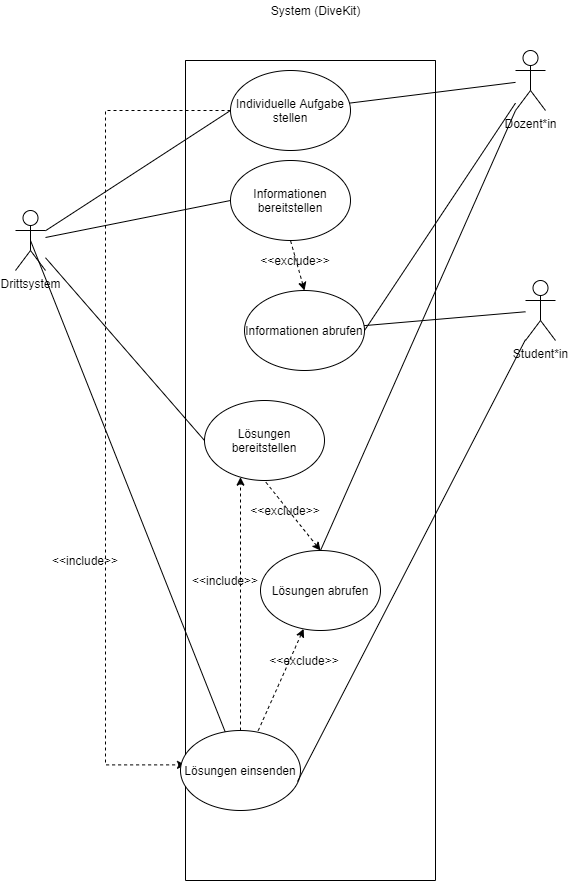
Before: _useCaseDiagrams/diagrams/usecaseAPI.png, a diagram exported from draw.io (divekit/divekit-roadmap). Source tidied: cells renumbered, new cells last; positions are measured from the earlier drawing's top-left corner, leaving out a move shared by most shapes. Source of this version:
```xml
<mxGraphModel>
  <root>
    <mxCell id="0" />
    <mxCell id="1" parent="0" />
    <mxCell id="2" style="swimlane;startSize=0;" parent="1" vertex="1">
      <mxGeometry x="170" y="60" width="250" height="820" as="geometry" />
    </mxCell>
    <mxCell id="3" style="edgeStyle=orthogonalEdgeStyle;rounded=0;jettySize=auto;html=1;exitX=0;exitY=0.5;exitDx=0;exitDy=0;entryX=0;entryY=0.859;entryDx=0;entryDy=0;entryPerimeter=0;dashed=1;" parent="2" edge="1" source="4" target="2">
      <mxGeometry relative="1" as="geometry">
        <Array as="points">
          <mxPoint x="-80" y="50" />
          <mxPoint x="-80" y="704" />
        </Array>
      </mxGeometry>
    </mxCell>
    <mxCell id="4" value="Individuelle Aufgabe stellen" style="ellipse;whiteSpace=wrap;html=1;" parent="2" vertex="1">
      <mxGeometry x="45" y="10" width="120" height="80" as="geometry" />
    </mxCell>
    <mxCell id="5" style="edgeStyle=orthogonalEdgeStyle;rounded=0;jettySize=auto;html=1;exitX=0.5;exitY=0;exitDx=0;exitDy=0;dashed=1;" parent="2" edge="1" source="6" target="10">
      <mxGeometry relative="1" as="geometry">
        <Array as="points">
          <mxPoint x="55" y="480" />
          <mxPoint x="55" y="480" />
        </Array>
      </mxGeometry>
    </mxCell>
    <mxCell id="6" value="Lösungen einsenden" style="ellipse;whiteSpace=wrap;html=1;" parent="2" vertex="1">
      <mxGeometry x="-5" y="670" width="120" height="80" as="geometry" />
    </mxCell>
    <mxCell id="7" style="edgeStyle=none;rounded=0;jettySize=auto;html=1;endArrow=none;endFill=0;dashed=1;startArrow=classic;startFill=1;" parent="2" edge="1" source="8" target="6">
      <mxGeometry relative="1" as="geometry" />
    </mxCell>
    <mxCell id="8" value="Lösungen abrufen" style="ellipse;whiteSpace=wrap;html=1;" parent="2" vertex="1">
      <mxGeometry x="75" y="490" width="120" height="80" as="geometry" />
    </mxCell>
    <mxCell id="9" value="Informationen bereitstellen" style="ellipse;whiteSpace=wrap;html=1;" parent="2" vertex="1">
      <mxGeometry x="45" y="100" width="120" height="80" as="geometry" />
    </mxCell>
    <mxCell id="10" value="Lösungen bereitstellen" style="ellipse;whiteSpace=wrap;html=1;" parent="2" vertex="1">
      <mxGeometry x="19" y="340" width="120" height="80" as="geometry" />
    </mxCell>
    <mxCell id="11" style="edgeStyle=none;rounded=0;jettySize=auto;html=1;endArrow=none;endFill=0;dashed=1;startArrow=classic;startFill=1;entryX=0.5;entryY=1;entryDx=0;entryDy=0;exitX=0.5;exitY=0;exitDx=0;exitDy=0;" parent="2" edge="1" source="8" target="10">
      <mxGeometry relative="1" as="geometry" />
    </mxCell>
    <mxCell id="12" value="Informationen abrufen" style="ellipse;whiteSpace=wrap;html=1;" parent="2" vertex="1">
      <mxGeometry x="59" y="230" width="120" height="80" as="geometry" />
    </mxCell>
    <mxCell id="13" value="&amp;lt;&amp;lt;exclude&amp;gt;&amp;gt;" style="text;html=1;strokeColor=none;fillColor=none;align=center;verticalAlign=middle;whiteSpace=wrap;rounded=0;" parent="2" vertex="1">
      <mxGeometry x="90" y="190" width="40" height="20" as="geometry" />
    </mxCell>
    <mxCell id="14" value="&amp;lt;&amp;lt;exclude&amp;gt;&amp;gt;" style="text;html=1;strokeColor=none;fillColor=none;align=center;verticalAlign=middle;whiteSpace=wrap;rounded=0;" parent="2" vertex="1">
      <mxGeometry x="99" y="590" width="40" height="20" as="geometry" />
    </mxCell>
    <mxCell id="15" style="edgeStyle=none;rounded=0;jettySize=auto;html=1;endArrow=none;endFill=0;dashed=1;startArrow=classic;startFill=1;entryX=0.5;entryY=1;entryDx=0;entryDy=0;exitX=0.5;exitY=0;exitDx=0;exitDy=0;" parent="2" edge="1" source="12" target="9">
      <mxGeometry relative="1" as="geometry" />
    </mxCell>
    <mxCell id="16" value="System (DiveKit)" style="text;html=1;align=center;verticalAlign=middle;strokeColor=none;" parent="1" vertex="1">
      <mxGeometry x="250" width="100" height="20" as="geometry" />
    </mxCell>
    <mxCell id="17" style="edgeStyle=none;rounded=0;jettySize=auto;html=1;entryX=0.975;entryY=0.638;entryDx=0;entryDy=0;entryPerimeter=0;endArrow=none;endFill=0;" parent="1" edge="1" source="18" target="6">
      <mxGeometry relative="1" as="geometry" />
    </mxCell>
    <mxCell id="18" value="Student*in" style="shape=umlActor;verticalLabelPosition=bottom;verticalAlign=top;html=1;outlineConnect=0;" parent="1" vertex="1">
      <mxGeometry x="510" y="280" width="30" height="60" as="geometry" />
    </mxCell>
    <mxCell id="19" style="edgeStyle=none;rounded=0;jettySize=auto;html=1;entryX=0;entryY=0.5;entryDx=0;entryDy=0;startArrow=none;startFill=0;endArrow=none;endFill=0;" parent="1" edge="1" source="22" target="9">
      <mxGeometry relative="1" as="geometry" />
    </mxCell>
    <mxCell id="20" style="edgeStyle=none;rounded=0;jettySize=auto;html=1;entryX=0;entryY=0.5;entryDx=0;entryDy=0;startArrow=none;startFill=0;endArrow=none;endFill=0;" parent="1" edge="1" source="22" target="10">
      <mxGeometry relative="1" as="geometry" />
    </mxCell>
    <mxCell id="21" style="edgeStyle=none;rounded=0;jettySize=auto;html=1;entryX=0;entryY=0.5;entryDx=0;entryDy=0;startArrow=none;startFill=0;endArrow=none;endFill=0;" parent="1" edge="1" source="22" target="4">
      <mxGeometry relative="1" as="geometry" />
    </mxCell>
    <mxCell id="22" value="Drittsystem" style="shape=umlActor;verticalLabelPosition=bottom;verticalAlign=top;html=1;outlineConnect=0;" parent="1" vertex="1">
      <mxGeometry y="210" width="30" height="60" as="geometry" />
    </mxCell>
    <mxCell id="23" style="rounded=0;jettySize=auto;html=1;endArrow=none;endFill=0;" parent="1" edge="1" source="24" target="4">
      <mxGeometry relative="1" as="geometry" />
    </mxCell>
    <mxCell id="24" value="Dozent*in" style="shape=umlActor;verticalLabelPosition=bottom;verticalAlign=top;html=1;outlineConnect=0;" parent="1" vertex="1">
      <mxGeometry x="500" y="50" width="30" height="60" as="geometry" />
    </mxCell>
    <mxCell id="25" style="edgeStyle=none;rounded=0;orthogonalLoop=1;jettySize=auto;html=1;exitX=0;exitY=1;exitDx=0;exitDy=0;endArrow=none;endFill=0;" parent="1" edge="1" source="2" target="2">
      <mxGeometry relative="1" as="geometry" />
    </mxCell>
    <mxCell id="26" style="edgeStyle=none;rounded=0;jettySize=auto;html=1;entryX=0.5;entryY=0.5;entryDx=0;entryDy=0;entryPerimeter=0;endArrow=none;endFill=0;" parent="1" edge="1" source="6" target="22">
      <mxGeometry relative="1" as="geometry" />
    </mxCell>
    <mxCell id="27" style="edgeStyle=none;rounded=0;jettySize=auto;html=1;exitX=0.5;exitY=0;exitDx=0;exitDy=0;entryX=0;entryY=1;entryDx=0;entryDy=0;entryPerimeter=0;startArrow=none;startFill=0;endArrow=none;endFill=0;" parent="1" edge="1" source="8" target="24">
      <mxGeometry relative="1" as="geometry" />
    </mxCell>
    <mxCell id="28" value="&amp;lt;&amp;lt;exclude&amp;gt;&amp;gt;" style="text;html=1;strokeColor=none;fillColor=none;align=center;verticalAlign=middle;whiteSpace=wrap;rounded=0;" parent="1" vertex="1">
      <mxGeometry x="250" y="500" width="40" height="20" as="geometry" />
    </mxCell>
    <mxCell id="29" style="edgeStyle=none;rounded=0;jettySize=auto;html=1;exitX=1;exitY=0.5;exitDx=0;exitDy=0;startArrow=none;startFill=0;endArrow=none;endFill=0;" parent="1" edge="1" source="12" target="24">
      <mxGeometry relative="1" as="geometry" />
    </mxCell>
    <mxCell id="30" style="edgeStyle=none;rounded=0;jettySize=auto;html=1;startArrow=none;startFill=0;endArrow=none;endFill=0;" parent="1" edge="1" source="12" target="18">
      <mxGeometry relative="1" as="geometry" />
    </mxCell>
    <mxCell id="31" value="&amp;lt;&amp;lt;include&amp;gt;&amp;gt;" style="text;html=1;strokeColor=none;fillColor=none;align=center;verticalAlign=middle;whiteSpace=wrap;rounded=0;" parent="1" vertex="1">
      <mxGeometry x="190" y="570" width="40" height="20" as="geometry" />
    </mxCell>
    <mxCell id="32" value="&amp;lt;&amp;lt;include&amp;gt;&amp;gt;" style="text;html=1;strokeColor=none;fillColor=none;align=center;verticalAlign=middle;whiteSpace=wrap;rounded=0;" parent="1" vertex="1">
      <mxGeometry x="50" y="550" width="40" height="20" as="geometry" />
    </mxCell>
  </root>
</mxGraphModel>
```
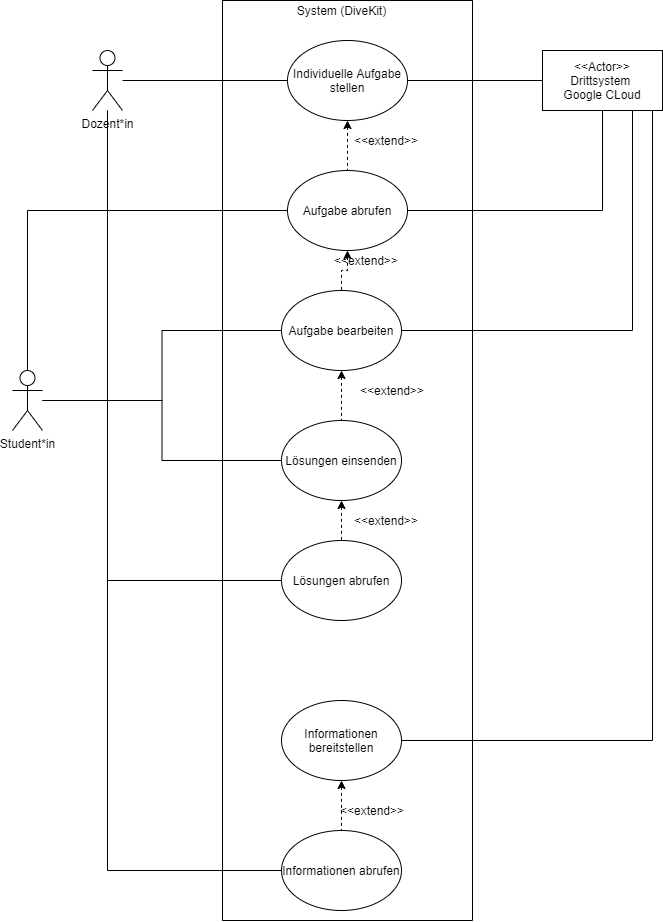
The same file after the commit.

Commit message:
update UCD and description

What changed in the source:
```diff
@@ -3,107 +3,107 @@
     <mxCell id="0" />
     <mxCell id="1" parent="0" />
     <mxCell id="2" style="swimlane;startSize=0;" parent="1" vertex="1">
-      <mxGeometry x="170" y="60" width="250" height="820" as="geometry" />
+      <mxGeometry x="190" y="60" width="250" height="920" as="geometry" />
     </mxCell>
-    <mxCell id="3" style="edgeStyle=orthogonalEdgeStyle;rounded=0;jettySize=auto;html=1;exitX=0;exitY=0.5;exitDx=0;exitDy=0;entryX=0;entryY=0.859;entryDx=0;entryDy=0;entryPerimeter=0;dashed=1;" parent="2" edge="1" source="4" target="2">
-      <mxGeometry relative="1" as="geometry">
-        <Array as="points">
-          <mxPoint x="-80" y="50" />
-          <mxPoint x="-80" y="704" />
-        </Array>
-      </mxGeometry>
-    </mxCell>
+    <mxCell id="33" style="edgeStyle=orthogonalEdgeStyle;rounded=0;jettySize=auto;html=1;endArrow=none;endFill=0;dashed=1;startArrow=classic;startFill=1;" parent="2" edge="1" source="4" target="35">
+      <mxGeometry relative="1" as="geometry" />
+    </mxCell>
     <mxCell id="4" value="Individuelle Aufgabe stellen" style="ellipse;whiteSpace=wrap;html=1;" parent="2" vertex="1">
-      <mxGeometry x="45" y="10" width="120" height="80" as="geometry" />
+      <mxGeometry x="65" y="40" width="120" height="80" as="geometry" />
     </mxCell>
-    <mxCell id="5" style="edgeStyle=orthogonalEdgeStyle;rounded=0;jettySize=auto;html=1;exitX=0.5;exitY=0;exitDx=0;exitDy=0;dashed=1;" parent="2" edge="1" source="6" target="10">
-      <mxGeometry relative="1" as="geometry">
-        <Array as="points">
-          <mxPoint x="55" y="480" />
-          <mxPoint x="55" y="480" />
-        </Array>
-      </mxGeometry>
-    </mxCell>
+    <mxCell id="34" style="edgeStyle=orthogonalEdgeStyle;rounded=0;jettySize=auto;html=1;endArrow=none;endFill=0;dashed=1;startArrow=classic;startFill=1;" parent="2" edge="1" source="6" target="8">
+      <mxGeometry relative="1" as="geometry" />
+    </mxCell>
     <mxCell id="6" value="Lösungen einsenden" style="ellipse;whiteSpace=wrap;html=1;" parent="2" vertex="1">
-      <mxGeometry x="-5" y="670" width="120" height="80" as="geometry" />
+      <mxGeometry x="59" y="420" width="120" height="80" as="geometry" />
     </mxCell>
-    <mxCell id="7" style="edgeStyle=none;rounded=0;jettySize=auto;html=1;endArrow=none;endFill=0;dashed=1;startArrow=classic;startFill=1;" parent="2" edge="1" source="8" target="6">
-      <mxGeometry relative="1" as="geometry" />
-    </mxCell>
+    <mxCell id="16" value="System (DiveKit)" style="text;html=1;align=center;verticalAlign=middle;strokeColor=none;" parent="2" vertex="1">
+      <mxGeometry x="69" width="100" height="20" as="geometry" />
+    </mxCell>
+    <mxCell id="35" value="Aufgabe abrufen" style="ellipse;whiteSpace=wrap;html=1;" parent="2" vertex="1">
+      <mxGeometry x="65" y="170" width="120" height="80" as="geometry" />
+    </mxCell>
+    <mxCell id="36" style="edgeStyle=orthogonalEdgeStyle;rounded=0;jettySize=auto;html=1;exitX=0.5;exitY=1;exitDx=0;exitDy=0;endArrow=none;endFill=0;dashed=1;startArrow=classic;startFill=1;" parent="2" edge="1" source="37" target="6">
+      <mxGeometry relative="1" as="geometry" />
+    </mxCell>
+    <mxCell id="37" value="Aufgabe bearbeiten" style="ellipse;whiteSpace=wrap;html=1;" parent="2" vertex="1">
+      <mxGeometry x="59" y="290" width="120" height="80" as="geometry" />
+    </mxCell>
+    <mxCell id="38" style="edgeStyle=orthogonalEdgeStyle;rounded=0;jettySize=auto;html=1;endArrow=none;endFill=0;dashed=1;exitX=0.5;exitY=1;exitDx=0;exitDy=0;entryX=0.5;entryY=0;entryDx=0;entryDy=0;startArrow=classic;startFill=1;" parent="2" edge="1" source="35" target="37">
+      <mxGeometry relative="1" as="geometry" />
+    </mxCell>
+    <mxCell id="39" value="&amp;lt;&amp;lt;extend&amp;gt;&amp;gt;" style="text;html=1;strokeColor=none;fillColor=none;align=center;verticalAlign=middle;whiteSpace=wrap;rounded=0;" parent="2" vertex="1">
+      <mxGeometry x="144" y="130" width="40" height="20" as="geometry" />
+    </mxCell>
+    <mxCell id="40" value="&amp;lt;&amp;lt;extend&amp;gt;&amp;gt;" style="text;html=1;strokeColor=none;fillColor=none;align=center;verticalAlign=middle;whiteSpace=wrap;rounded=0;" parent="2" vertex="1">
+      <mxGeometry x="150" y="380" width="40" height="20" as="geometry" />
+    </mxCell>
     <mxCell id="8" value="Lösungen abrufen" style="ellipse;whiteSpace=wrap;html=1;" parent="2" vertex="1">
-      <mxGeometry x="75" y="490" width="120" height="80" as="geometry" />
+      <mxGeometry x="59" y="540" width="120" height="80" as="geometry" />
     </mxCell>
+    <mxCell id="41" style="edgeStyle=orthogonalEdgeStyle;rounded=0;jettySize=auto;html=1;endArrow=none;endFill=0;dashed=1;startArrow=classic;startFill=1;" parent="2" edge="1" source="9" target="12">
+      <mxGeometry relative="1" as="geometry" />
+    </mxCell>
     <mxCell id="9" value="Informationen bereitstellen" style="ellipse;whiteSpace=wrap;html=1;" parent="2" vertex="1">
-      <mxGeometry x="45" y="100" width="120" height="80" as="geometry" />
+      <mxGeometry x="59" y="700" width="120" height="80" as="geometry" />
     </mxCell>
-    <mxCell id="10" value="Lösungen bereitstellen" style="ellipse;whiteSpace=wrap;html=1;" parent="2" vertex="1">
-      <mxGeometry x="19" y="340" width="120" height="80" as="geometry" />
-    </mxCell>
-    <mxCell id="11" style="edgeStyle=none;rounded=0;jettySize=auto;html=1;endArrow=none;endFill=0;dashed=1;startArrow=classic;startFill=1;entryX=0.5;entryY=1;entryDx=0;entryDy=0;exitX=0.5;exitY=0;exitDx=0;exitDy=0;" parent="2" edge="1" source="8" target="10">
-      <mxGeometry relative="1" as="geometry" />
-    </mxCell>
     <mxCell id="12" value="Informationen abrufen" style="ellipse;whiteSpace=wrap;html=1;" parent="2" vertex="1">
-      <mxGeometry x="59" y="230" width="120" height="80" as="geometry" />
+      <mxGeometry x="59" y="830" width="120" height="80" as="geometry" />
     </mxCell>
-    <mxCell id="13" value="&amp;lt;&amp;lt;exclude&amp;gt;&amp;gt;" style="text;html=1;strokeColor=none;fillColor=none;align=center;verticalAlign=middle;whiteSpace=wrap;rounded=0;" parent="2" vertex="1">
-      <mxGeometry x="90" y="190" width="40" height="20" as="geometry" />
-    </mxCell>
-    <mxCell id="14" value="&amp;lt;&amp;lt;exclude&amp;gt;&amp;gt;" style="text;html=1;strokeColor=none;fillColor=none;align=center;verticalAlign=middle;whiteSpace=wrap;rounded=0;" parent="2" vertex="1">
-      <mxGeometry x="99" y="590" width="40" height="20" as="geometry" />
-    </mxCell>
-    <mxCell id="15" style="edgeStyle=none;rounded=0;jettySize=auto;html=1;endArrow=none;endFill=0;dashed=1;startArrow=classic;startFill=1;entryX=0.5;entryY=1;entryDx=0;entryDy=0;exitX=0.5;exitY=0;exitDx=0;exitDy=0;" parent="2" edge="1" source="12" target="9">
-      <mxGeometry relative="1" as="geometry" />
-    </mxCell>
-    <mxCell id="16" value="System (DiveKit)" style="text;html=1;align=center;verticalAlign=middle;strokeColor=none;" parent="1" vertex="1">
-      <mxGeometry x="250" width="100" height="20" as="geometry" />
-    </mxCell>
+    <mxCell id="32" value="&amp;lt;&amp;lt;extend&amp;gt;&amp;gt;" style="text;html=1;strokeColor=none;fillColor=none;align=center;verticalAlign=middle;whiteSpace=wrap;rounded=0;" parent="2" vertex="1">
+      <mxGeometry x="144" y="510" width="40" height="20" as="geometry" />
+    </mxCell>
+    <mxCell id="42" style="edgeStyle=orthogonalEdgeStyle;rounded=0;jettySize=auto;html=1;endArrow=none;endFill=0;" parent="1" edge="1" source="18" target="37">
+      <mxGeometry relative="1" as="geometry" />
+    </mxCell>
-    <mxCell id="17" style="edgeStyle=none;rounded=0;jettySize=auto;html=1;entryX=0.975;entryY=0.638;entryDx=0;entryDy=0;entryPerimeter=0;endArrow=none;endFill=0;" parent="1" edge="1" source="18" target="6">
+    <mxCell id="17" style="edgeStyle=orthogonalEdgeStyle;rounded=0;jettySize=auto;html=1;entryX=0;entryY=0.5;entryDx=0;entryDy=0;endArrow=none;endFill=0;" parent="1" edge="1" source="18" target="6">
       <mxGeometry relative="1" as="geometry" />
     </mxCell>
     <mxCell id="18" value="Student*in" style="shape=umlActor;verticalLabelPosition=bottom;verticalAlign=top;html=1;outlineConnect=0;" parent="1" vertex="1">
-      <mxGeometry x="510" y="280" width="30" height="60" as="geometry" />
+      <mxGeometry x="-20" y="430" width="30" height="60" as="geometry" />
     </mxCell>
-    <mxCell id="19" style="edgeStyle=none;rounded=0;jettySize=auto;html=1;entryX=0;entryY=0.5;entryDx=0;entryDy=0;startArrow=none;startFill=0;endArrow=none;endFill=0;" parent="1" edge="1" source="22" target="9">
-      <mxGeometry relative="1" as="geometry" />
-    </mxCell>
-    <mxCell id="20" style="edgeStyle=none;rounded=0;jettySize=auto;html=1;entryX=0;entryY=0.5;entryDx=0;entryDy=0;startArrow=none;startFill=0;endArrow=none;endFill=0;" parent="1" edge="1" source="22" target="10">
-      <mxGeometry relative="1" as="geometry" />
-    </mxCell>
-    <mxCell id="21" style="edgeStyle=none;rounded=0;jettySize=auto;html=1;entryX=0;entryY=0.5;entryDx=0;entryDy=0;startArrow=none;startFill=0;endArrow=none;endFill=0;" parent="1" edge="1" source="22" target="4">
-      <mxGeometry relative="1" as="geometry" />
-    </mxCell>
-    <mxCell id="22" value="Drittsystem" style="shape=umlActor;verticalLabelPosition=bottom;verticalAlign=top;html=1;outlineConnect=0;" parent="1" vertex="1">
-      <mxGeometry y="210" width="30" height="60" as="geometry" />
-    </mxCell>
-    <mxCell id="23" style="rounded=0;jettySize=auto;html=1;endArrow=none;endFill=0;" parent="1" edge="1" source="24" target="4">
+    <mxCell id="23" style="edgeStyle=orthogonalEdgeStyle;rounded=0;jettySize=auto;html=1;endArrow=none;endFill=0;" parent="1" edge="1" source="24" target="4">
       <mxGeometry relative="1" as="geometry" />
     </mxCell>
     <mxCell id="24" value="Dozent*in" style="shape=umlActor;verticalLabelPosition=bottom;verticalAlign=top;html=1;outlineConnect=0;" parent="1" vertex="1">
-      <mxGeometry x="500" y="50" width="30" height="60" as="geometry" />
+      <mxGeometry x="60" y="110" width="30" height="60" as="geometry" />
     </mxCell>
     <mxCell id="25" style="edgeStyle=none;rounded=0;orthogonalLoop=1;jettySize=auto;html=1;exitX=0;exitY=1;exitDx=0;exitDy=0;endArrow=none;endFill=0;" parent="1" edge="1" source="2" target="2">
       <mxGeometry relative="1" as="geometry" />
     </mxCell>
-    <mxCell id="26" style="edgeStyle=none;rounded=0;jettySize=auto;html=1;entryX=0.5;entryY=0.5;entryDx=0;entryDy=0;entryPerimeter=0;endArrow=none;endFill=0;" parent="1" edge="1" source="6" target="22">
-      <mxGeometry relative="1" as="geometry" />
-    </mxCell>
+    <mxCell id="43" style="edgeStyle=orthogonalEdgeStyle;rounded=0;jettySize=auto;html=1;entryX=1;entryY=0.5;entryDx=0;entryDy=0;endArrow=none;endFill=0;" parent="1" edge="1" source="44" target="9">
+      <mxGeometry relative="1" as="geometry">
+        <Array as="points">
+          <mxPoint x="620" y="800" />
+        </Array>
+      </mxGeometry>
+    </mxCell>
+    <mxCell id="44" value="&amp;lt;&amp;lt;Actor&amp;gt;&amp;gt;&lt;br&gt;Drittsystem&amp;nbsp;&lt;br&gt;Google CLoud" style="rounded=0;whiteSpace=wrap;html=1;" parent="1" vertex="1">
+      <mxGeometry x="510" y="110" width="120" height="60" as="geometry" />
+    </mxCell>
+    <mxCell id="45" style="edgeStyle=orthogonalEdgeStyle;rounded=0;jettySize=auto;html=1;endArrow=none;endFill=0;" parent="1" edge="1" source="4" target="44">
+      <mxGeometry relative="1" as="geometry" />
+    </mxCell>
+    <mxCell id="46" style="edgeStyle=orthogonalEdgeStyle;rounded=0;jettySize=auto;html=1;entryX=0.5;entryY=0;entryDx=0;entryDy=0;entryPerimeter=0;endArrow=none;endFill=0;" parent="1" edge="1" source="35" target="18">
+      <mxGeometry relative="1" as="geometry" />
+    </mxCell>
+    <mxCell id="47" style="edgeStyle=orthogonalEdgeStyle;rounded=0;jettySize=auto;html=1;entryX=0.5;entryY=1;entryDx=0;entryDy=0;endArrow=none;endFill=0;" parent="1" edge="1" source="35" target="44">
+      <mxGeometry relative="1" as="geometry" />
+    </mxCell>
+    <mxCell id="48" style="edgeStyle=orthogonalEdgeStyle;rounded=0;jettySize=auto;html=1;entryX=0.75;entryY=1;entryDx=0;entryDy=0;endArrow=none;endFill=0;" parent="1" edge="1" source="37" target="44">
+      <mxGeometry relative="1" as="geometry" />
+    </mxCell>
+    <mxCell id="49" value="&amp;lt;&amp;lt;extend&amp;gt;&amp;gt;" style="text;html=1;strokeColor=none;fillColor=none;align=center;verticalAlign=middle;whiteSpace=wrap;rounded=0;" parent="1" vertex="1">
+      <mxGeometry x="314" y="310" width="40" height="20" as="geometry" />
+    </mxCell>
+    <mxCell id="29" style="edgeStyle=orthogonalEdgeStyle;rounded=0;jettySize=auto;html=1;endArrow=none;endFill=0;" parent="1" edge="1" source="12" target="24">
+      <mxGeometry relative="1" as="geometry" />
+    </mxCell>
-    <mxCell id="27" style="edgeStyle=none;rounded=0;jettySize=auto;html=1;exitX=0.5;exitY=0;exitDx=0;exitDy=0;entryX=0;entryY=1;entryDx=0;entryDy=0;entryPerimeter=0;startArrow=none;startFill=0;endArrow=none;endFill=0;" parent="1" edge="1" source="8" target="24">
+    <mxCell id="27" style="edgeStyle=orthogonalEdgeStyle;rounded=0;jettySize=auto;html=1;endArrow=none;endFill=0;" parent="1" edge="1" source="8" target="24">
       <mxGeometry relative="1" as="geometry" />
     </mxCell>
-    <mxCell id="28" value="&amp;lt;&amp;lt;exclude&amp;gt;&amp;gt;" style="text;html=1;strokeColor=none;fillColor=none;align=center;verticalAlign=middle;whiteSpace=wrap;rounded=0;" parent="1" vertex="1">
-      <mxGeometry x="250" y="500" width="40" height="20" as="geometry" />
-    </mxCell>
-    <mxCell id="29" style="edgeStyle=none;rounded=0;jettySize=auto;html=1;exitX=1;exitY=0.5;exitDx=0;exitDy=0;startArrow=none;startFill=0;endArrow=none;endFill=0;" parent="1" edge="1" source="12" target="24">
-      <mxGeometry relative="1" as="geometry" />
-    </mxCell>
-    <mxCell id="30" style="edgeStyle=none;rounded=0;jettySize=auto;html=1;startArrow=none;startFill=0;endArrow=none;endFill=0;" parent="1" edge="1" source="12" target="18">
-      <mxGeometry relative="1" as="geometry" />
-    </mxCell>
-    <mxCell id="31" value="&amp;lt;&amp;lt;include&amp;gt;&amp;gt;" style="text;html=1;strokeColor=none;fillColor=none;align=center;verticalAlign=middle;whiteSpace=wrap;rounded=0;" parent="1" vertex="1">
-      <mxGeometry x="190" y="570" width="40" height="20" as="geometry" />
-    </mxCell>
-    <mxCell id="32" value="&amp;lt;&amp;lt;include&amp;gt;&amp;gt;" style="text;html=1;strokeColor=none;fillColor=none;align=center;verticalAlign=middle;whiteSpace=wrap;rounded=0;" parent="1" vertex="1">
-      <mxGeometry x="50" y="550" width="40" height="20" as="geometry" />
-    </mxCell>
+    <mxCell id="50" value="&amp;lt;&amp;lt;extend&amp;gt;&amp;gt;" style="text;html=1;strokeColor=none;fillColor=none;align=center;verticalAlign=middle;whiteSpace=wrap;rounded=0;" parent="1" vertex="1">
+      <mxGeometry x="320" y="860" width="40" height="20" as="geometry" />
+    </mxCell>
   </root>
 </mxGraphModel>
```
